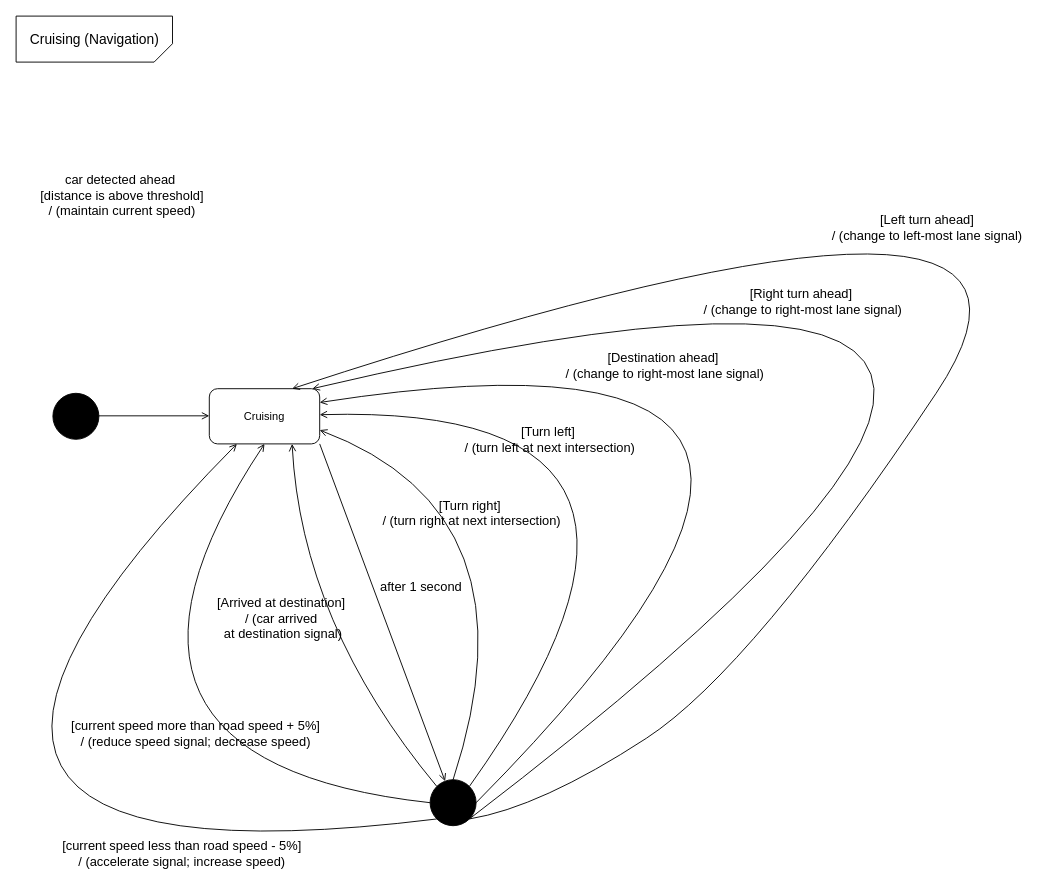
gordonpn/soen331-assignment2 keeps this draw.io diagram as page "cruising" (4 of 5) of state-diagram.drawio. Above is the earlier version. Source tidied: cells renumbered, new cells numbered last; positions are measured from the earlier drawing's top-left corner, leaving out a move shared by most shapes. Both pictures are drawn from the tidied source at 92%, with x=0, y=0 at pixel (-214, 16).
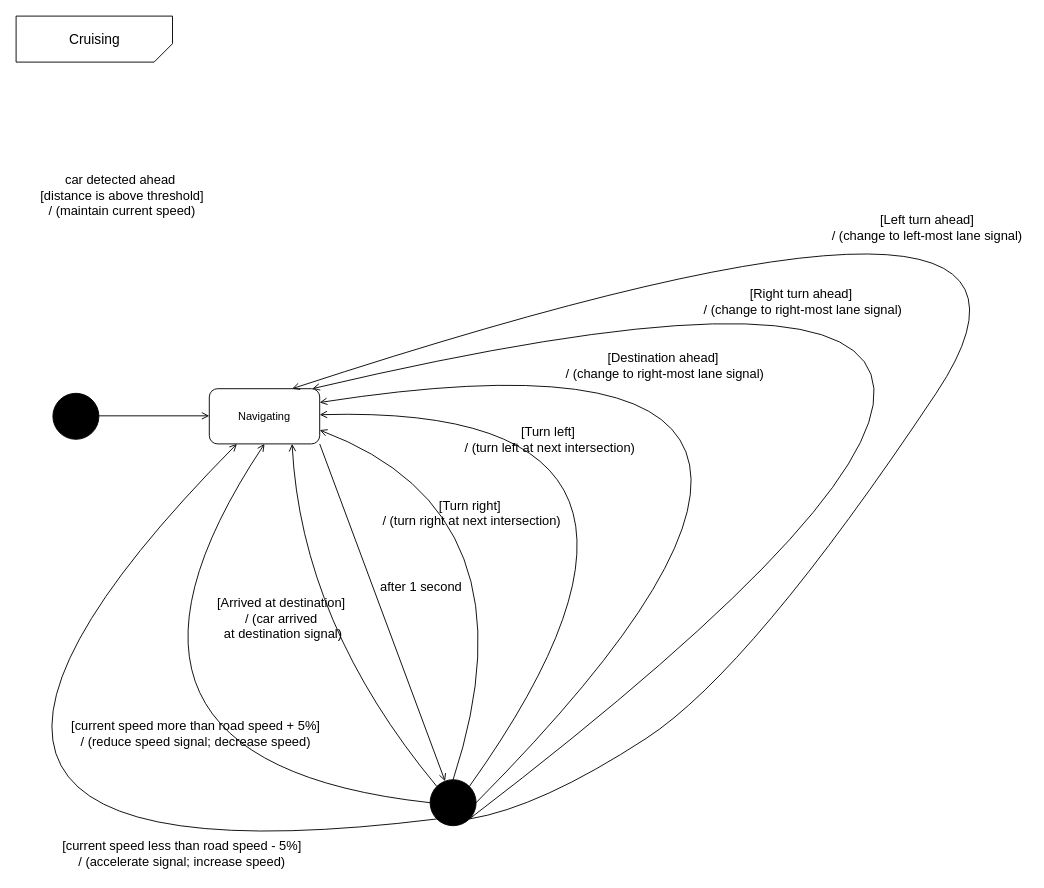
Above is the later version.

What changed in the source:
```diff
@@
-    <mxCell id="3" value="&lt;span style=&quot;font-size: 15px&quot;&gt;Cruising (Navigation)&lt;/span&gt;" style="text;html=1;align=center;verticalAlign=middle;" parent="1" vertex="1">
+    <mxCell id="3" value="&lt;span style=&quot;font-size: 15px&quot;&gt;Cruising&lt;/span&gt;" style="text;html=1;align=center;verticalAlign=middle;" parent="1" vertex="1">
       <mxGeometry x="250" width="170" height="50" as="geometry" />
     </mxCell>
@@
-    <mxCell id="6" value="Cruising" style="rounded=1;whiteSpace=wrap;html=1;shadow=0;strokeColor=#000000;fillColor=#FFFFFF;align=center;" parent="1" vertex="1">
+    <mxCell id="6" value="Navigating" style="rounded=1;whiteSpace=wrap;html=1;shadow=0;strokeColor=#000000;fillColor=#FFFFFF;align=center;" parent="1" vertex="1">
       <mxGeometry x="460" y="405" width="120" height="60" as="geometry" />
     </mxCell>
```
